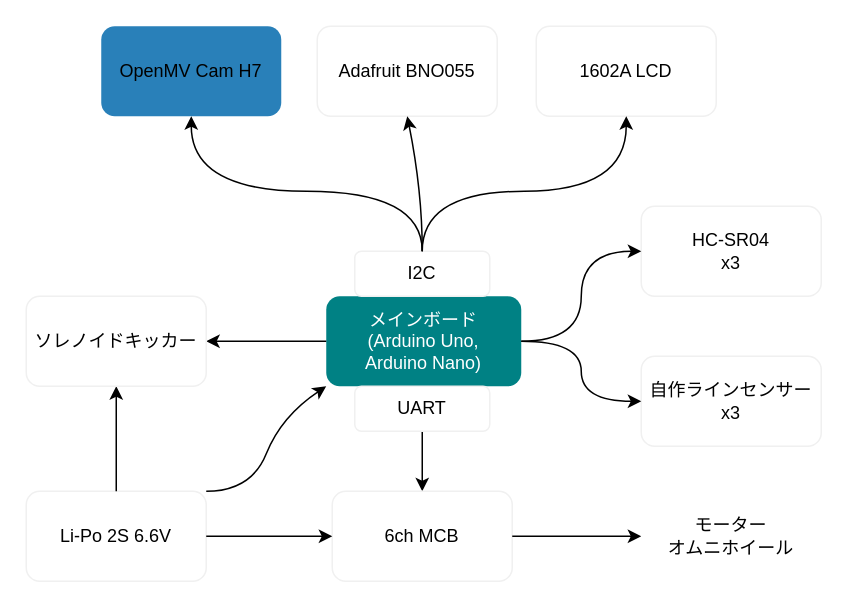
This is Arduino/main2/machine-constitution.drawio from izumi-robot/kawamoto2019, a draw.io file, before an edit. Source tidied: cells renumbered, new cells numbered last; positions are measured from the earlier drawing's top-left corner, leaving out a move shared by most shapes. Both pictures are drawn from the tidied source at 150%, with x=0, y=0 at pixel (26, 26).
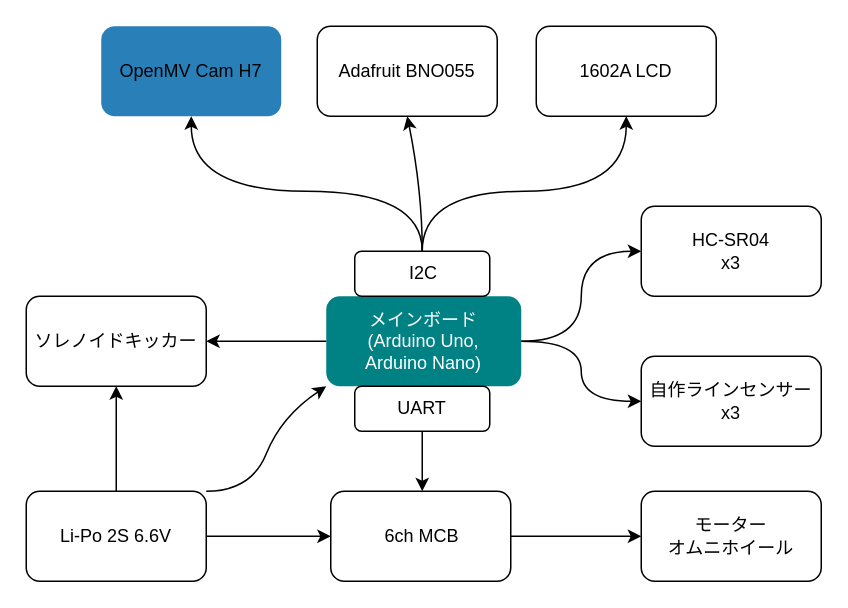
Above is the later version.

Unchanged cells that the change refers to:
```xml
<mxCell id="4" value="メインボード&lt;br&gt;(Arduino Uno,&lt;br&gt;Arduino Nano)" style="text;html=1;align=center;verticalAlign=middle;whiteSpace=wrap;rounded=0;fontColor=#FFFFFF;" parent="1" vertex="1">
  <mxGeometry x="200" y="180" width="130" height="60" as="geometry" />
</mxCell>
<mxCell id="7" style="rounded=1;whiteSpace=wrap;html=1;fontColor=#000000;fillColor=#2980b9;strokeColor=none;" parent="1" vertex="1">
  <mxGeometry x="50" width="120" height="60" as="geometry" />
</mxCell>
<mxCell id="17" value="HC-SR04&lt;br&gt;x3" style="text;html=1;strokeColor=none;fillColor=none;align=center;verticalAlign=middle;whiteSpace=wrap;rounded=0;fontColor=#000000;" parent="1" vertex="1">
  <mxGeometry x="410" y="120" width="120" height="60" as="geometry" />
</mxCell>
<mxCell id="19" value="自作ラインセンサー&lt;br&gt;x3" style="text;html=1;strokeColor=none;fillColor=none;align=center;verticalAlign=middle;whiteSpace=wrap;rounded=0;fontColor=#000000;" parent="1" vertex="1">
  <mxGeometry x="410" y="220" width="120" height="60" as="geometry" />
</mxCell>
<mxCell id="24" value="6ch MCB" style="text;html=1;strokeColor=none;fillColor=none;align=center;verticalAlign=middle;whiteSpace=wrap;rounded=0;fontColor=#000000;" parent="1" vertex="1">
  <mxGeometry x="204" y="310" width="120" height="60" as="geometry" />
</mxCell>
<mxCell id="28" value="Li-Po 2S 6.6V" style="text;html=1;strokeColor=none;fillColor=none;align=center;verticalAlign=middle;whiteSpace=wrap;rounded=0;fontColor=#000000;" parent="1" vertex="1">
  <mxGeometry y="310" width="120" height="60" as="geometry" />
</mxCell>
<mxCell id="30" value="モーター&lt;br&gt;オムニホイール" style="text;html=1;strokeColor=none;fillColor=none;align=center;verticalAlign=middle;whiteSpace=wrap;rounded=0;fontColor=#000000;" parent="1" vertex="1">
  <mxGeometry x="410" y="310" width="120" height="60" as="geometry" />
</mxCell>
<mxCell id="32" value="ソレノイドキッカー" style="text;html=1;strokeColor=none;fillColor=none;align=center;verticalAlign=middle;whiteSpace=wrap;rounded=0;fontColor=#000000;" parent="1" vertex="1">
  <mxGeometry y="180" width="120" height="60" as="geometry" />
</mxCell>
```

What changed in the source:
```diff
@@
-    <mxCell id="3" style="edgeStyle=orthogonalEdgeStyle;rounded=0;jettySize=auto;html=1;exitX=0;exitY=0.5;exitDx=0;exitDy=0;entryX=1;entryY=0.5;entryDx=0;entryDy=0;fontColor=#000000;" parent="1" edge="1" source="4" target="32">
+    <mxCell id="3" style="edgeStyle=orthogonalEdgeStyle;rounded=0;jettySize=auto;html=1;exitX=0;exitY=0.5;exitDx=0;exitDy=0;entryX=1;entryY=0.5;entryDx=0;entryDy=0;fontColor=#000000;strokeColor=#000000;" parent="1" edge="1" source="4" target="31">
       <mxGeometry relative="1" as="geometry" />
     </mxCell>
@@
-    <mxCell id="5" style="rounded=1;whiteSpace=wrap;html=1;strokeColor=#f0f0f0;fontColor=#000000;fillColor=#FFFFFF;" parent="1" vertex="1">
+    <mxCell id="5" style="rounded=1;whiteSpace=wrap;html=1;fontColor=#000000;fillColor=#FFFFFF;strokeColor=#000000;" parent="1" vertex="1">
       <mxGeometry x="219" y="150" width="90" height="30" as="geometry" />
     </mxCell>
     <mxCell id="6" value="I2C" style="text;html=1;strokeColor=none;fillColor=none;align=center;verticalAlign=middle;whiteSpace=wrap;rounded=0;fontColor=#000000;" parent="1" vertex="1">
-      <mxGeometry x="219" y="150" width="90" height="30" as="geometry" />
+      <mxGeometry x="220" y="150" width="90" height="30" as="geometry" />
     </mxCell>
@@
-    <mxCell id="9" style="rounded=1;whiteSpace=wrap;html=1;strokeColor=#f0f0f0;fillColor=#FFFFFF;fontColor=#000000;" parent="1" vertex="1">
+    <mxCell id="9" style="rounded=1;whiteSpace=wrap;html=1;fillColor=#FFFFFF;fontColor=#000000;strokeColor=#000000;" parent="1" vertex="1">
       <mxGeometry x="194" width="120" height="60" as="geometry" />
     </mxCell>
     <mxCell id="10" value="Adafruit BNO055" style="text;html=1;strokeColor=none;fillColor=none;align=center;verticalAlign=middle;whiteSpace=wrap;rounded=0;fontColor=#000000;" parent="1" vertex="1">
-      <mxGeometry x="194" y="5" width="120" height="50" as="geometry" />
+      <mxGeometry x="194" width="120" height="60" as="geometry" />
     </mxCell>
-    <mxCell id="11" style="rounded=1;whiteSpace=wrap;html=1;strokeColor=#f0f0f0;fillColor=#FFFFFF;fontColor=#000000;" parent="1" vertex="1">
+    <mxCell id="11" style="rounded=1;whiteSpace=wrap;html=1;fillColor=#FFFFFF;fontColor=#000000;strokeColor=#000000;" parent="1" vertex="1">
       <mxGeometry x="340" width="120" height="60" as="geometry" />
     </mxCell>
     <mxCell id="12" value="1602A LCD" style="text;html=1;strokeColor=none;fillColor=none;align=center;verticalAlign=middle;whiteSpace=wrap;rounded=0;fontColor=#000000;" parent="1" vertex="1">
-      <mxGeometry x="355" y="20" width="90" height="20" as="geometry" />
+      <mxGeometry x="340" width="120" height="60" as="geometry" />
     </mxCell>
-    <mxCell id="13" style="curved=1;endArrow=classic;html=1;fontColor=#000000;entryX=0.5;entryY=1;entryDx=0;entryDy=0;" parent="1" edge="1" target="7">
+    <mxCell id="13" style="curved=1;endArrow=classic;html=1;fontColor=#000000;entryX=0.5;entryY=1;entryDx=0;entryDy=0;strokeColor=#000000;" parent="1" edge="1" target="7">
       <mxGeometry relative="1" as="geometry">
         <mxPoint x="264" y="150" as="sourcePoint" />
         <Array as="points">
           <mxPoint x="264" y="110" />
           <mxPoint x="110" y="110" />
         </Array>
       </mxGeometry>
     </mxCell>
-    <mxCell id="14" style="curved=1;endArrow=classic;html=1;fontColor=#000000;exitX=0.5;exitY=0;exitDx=0;exitDy=0;entryX=0.5;entryY=1;entryDx=0;entryDy=0;" parent="1" edge="1" source="5" target="9">
+    <mxCell id="14" style="curved=1;endArrow=classic;html=1;fontColor=#000000;exitX=0.5;exitY=0;exitDx=0;exitDy=0;entryX=0.5;entryY=1;entryDx=0;entryDy=0;strokeColor=#000000;" parent="1" edge="1" source="5" target="9">
       <mxGeometry relative="1" as="geometry">
         <Array as="points">
           <mxPoint x="264" y="110" />
         </Array>
       </mxGeometry>
     </mxCell>
-    <mxCell id="15" style="curved=1;endArrow=classic;html=1;fontColor=#000000;entryX=0.5;entryY=1;entryDx=0;entryDy=0;exitX=0.5;exitY=0;exitDx=0;exitDy=0;" parent="1" edge="1" source="5" target="11">
+    <mxCell id="15" style="curved=1;endArrow=classic;html=1;fontColor=#000000;entryX=0.5;entryY=1;entryDx=0;entryDy=0;exitX=0.5;exitY=0;exitDx=0;exitDy=0;strokeColor=#000000;" parent="1" edge="1" source="5" target="11">
       <mxGeometry relative="1" as="geometry">
         <Array as="points">
           <mxPoint x="264" y="110" />
           <mxPoint x="400" y="110" />
         </Array>
       </mxGeometry>
     </mxCell>
-    <mxCell id="16" style="rounded=1;whiteSpace=wrap;html=1;strokeColor=#f0f0f0;fillColor=#FFFFFF;fontColor=#000000;" parent="1" vertex="1">
+    <mxCell id="16" style="rounded=1;whiteSpace=wrap;html=1;fillColor=#FFFFFF;fontColor=#000000;strokeColor=#000000;" parent="1" vertex="1">
       <mxGeometry x="410" y="120" width="120" height="60" as="geometry" />
     </mxCell>
@@
-    <mxCell id="18" style="rounded=1;whiteSpace=wrap;html=1;strokeColor=#f0f0f0;fillColor=#FFFFFF;fontColor=#000000;" parent="1" vertex="1">
+    <mxCell id="18" style="rounded=1;whiteSpace=wrap;html=1;fillColor=#FFFFFF;fontColor=#000000;strokeColor=#000000;" parent="1" vertex="1">
       <mxGeometry x="410" y="220" width="120" height="60" as="geometry" />
     </mxCell>
@@
-    <mxCell id="20" style="edgeStyle=orthogonalEdgeStyle;rounded=0;jettySize=auto;html=1;exitX=0.5;exitY=1;exitDx=0;exitDy=0;entryX=0.5;entryY=0;entryDx=0;entryDy=0;fontColor=#000000;" parent="1" edge="1" source="21" target="24">
+    <mxCell id="20" style="edgeStyle=orthogonalEdgeStyle;rounded=0;jettySize=auto;html=1;exitX=0.5;exitY=1;exitDx=0;exitDy=0;entryX=0.5;entryY=0;entryDx=0;entryDy=0;strokeColor=#000000;" parent="1" edge="1" source="21" target="24">
       <mxGeometry relative="1" as="geometry" />
     </mxCell>
-    <mxCell id="21" value="UART" style="rounded=1;whiteSpace=wrap;html=1;strokeColor=#f0f0f0;fontColor=#000000;fillColor=#FFFFFF;" parent="1" vertex="1">
+    <mxCell id="21" value="UART" style="rounded=1;whiteSpace=wrap;html=1;fontColor=#000000;fillColor=#FFFFFF;strokeColor=#000000;" parent="1" vertex="1">
       <mxGeometry x="219" y="240" width="90" height="30" as="geometry" />
     </mxCell>
-    <mxCell id="22" style="rounded=1;whiteSpace=wrap;html=1;strokeColor=#f0f0f0;fillColor=#FFFFFF;fontColor=#000000;" parent="1" vertex="1">
-      <mxGeometry x="204" y="310" width="120" height="60" as="geometry" />
+    <mxCell id="22" style="rounded=1;whiteSpace=wrap;html=1;fillColor=#FFFFFF;fontColor=#000000;strokeColor=#000000;" parent="1" vertex="1">
+      <mxGeometry x="203" y="310" width="120" height="60" as="geometry" />
     </mxCell>
-    <mxCell id="23" style="edgeStyle=orthogonalEdgeStyle;rounded=0;jettySize=auto;html=1;exitX=1;exitY=0.5;exitDx=0;exitDy=0;entryX=0;entryY=0.5;entryDx=0;entryDy=0;fontColor=#000000;" parent="1" edge="1" source="24" target="30">
+    <mxCell id="23" style="edgeStyle=orthogonalEdgeStyle;jettySize=auto;html=1;exitX=1;exitY=0.5;exitDx=0;exitDy=0;entryX=0;entryY=0.5;entryDx=0;entryDy=0;fontColor=#000000;rounded=0;strokeColor=#000000;" parent="1" edge="1" source="22" target="29">
       <mxGeometry relative="1" as="geometry" />
     </mxCell>
@@
-    <mxCell id="25" style="rounded=1;whiteSpace=wrap;html=1;strokeColor=#f0f0f0;fillColor=#FFFFFF;fontColor=#000000;" parent="1" vertex="1">
+    <mxCell id="25" style="rounded=1;whiteSpace=wrap;html=1;fillColor=#FFFFFF;fontColor=#000000;strokeColor=#000000;" parent="1" vertex="1">
       <mxGeometry y="310" width="120" height="60" as="geometry" />
     </mxCell>
-    <mxCell id="26" style="edgeStyle=orthogonalEdgeStyle;rounded=0;jettySize=auto;html=1;exitX=1;exitY=0.5;exitDx=0;exitDy=0;entryX=0;entryY=0.5;entryDx=0;entryDy=0;fontColor=#000000;" parent="1" edge="1" source="28" target="24">
+    <mxCell id="26" style="edgeStyle=orthogonalEdgeStyle;rounded=0;jettySize=auto;html=1;exitX=1;exitY=0.5;exitDx=0;exitDy=0;entryX=0;entryY=0.5;entryDx=0;entryDy=0;fontColor=#000000;strokeColor=#000000;" parent="1" edge="1" source="25" target="22">
       <mxGeometry relative="1" as="geometry" />
     </mxCell>
-    <mxCell id="27" style="edgeStyle=orthogonalEdgeStyle;rounded=0;jettySize=auto;html=1;exitX=0.5;exitY=0;exitDx=0;exitDy=0;entryX=0.5;entryY=1;entryDx=0;entryDy=0;fontColor=#000000;" parent="1" edge="1" source="28" target="32">
+    <mxCell id="27" style="edgeStyle=orthogonalEdgeStyle;rounded=0;jettySize=auto;html=1;exitX=0.5;exitY=0;exitDx=0;exitDy=0;entryX=0.5;entryY=1;entryDx=0;entryDy=0;fontColor=#000000;strokeColor=#000000;" parent="1" edge="1" source="25" target="31">
       <mxGeometry relative="1" as="geometry" />
     </mxCell>
@@
-    <mxCell id="29" style="rounded=1;whiteSpace=wrap;html=1;fontColor=#FFFFFF;fillColor=#FFFFFF;strokeColor=none;" parent="1" vertex="1">
+    <mxCell id="29" style="rounded=1;whiteSpace=wrap;html=1;fontColor=#FFFFFF;fillColor=#FFFFFF;strokeColor=#000000;" parent="1" vertex="1">
       <mxGeometry x="410" y="310" width="120" height="60" as="geometry" />
     </mxCell>
@@
-    <mxCell id="31" style="rounded=1;whiteSpace=wrap;html=1;strokeColor=#f0f0f0;fillColor=#FFFFFF;fontColor=#000000;" parent="1" vertex="1">
+    <mxCell id="31" style="rounded=1;whiteSpace=wrap;html=1;fillColor=#FFFFFF;fontColor=#000000;strokeColor=#000000;" parent="1" vertex="1">
       <mxGeometry y="180" width="120" height="60" as="geometry" />
     </mxCell>
@@
-    <mxCell id="33" style="curved=1;endArrow=classic;html=1;fontColor=#000000;exitX=1;exitY=0;exitDx=0;exitDy=0;entryX=0;entryY=1;entryDx=0;entryDy=0;" parent="1" edge="1" source="28" target="4">
+    <mxCell id="33" style="curved=1;endArrow=classic;html=1;fontColor=#000000;exitX=1;exitY=0;exitDx=0;exitDy=0;entryX=0;entryY=1;entryDx=0;entryDy=0;strokeColor=#000000;" parent="1" edge="1" source="25" target="4">
       <mxGeometry relative="1" as="geometry">
         <Array as="points">
           <mxPoint x="150" y="310" />
           <mxPoint x="170" y="260" />
         </Array>
       </mxGeometry>
     </mxCell>
-    <mxCell id="34" style="curved=1;endArrow=classic;html=1;fontColor=#000000;exitX=1;exitY=0.5;exitDx=0;exitDy=0;entryX=0;entryY=0.5;entryDx=0;entryDy=0;" parent="1" edge="1" source="4" target="17">
+    <mxCell id="34" style="curved=1;endArrow=classic;html=1;fontColor=#000000;exitX=1;exitY=0.5;exitDx=0;exitDy=0;entryX=0;entryY=0.5;entryDx=0;entryDy=0;strokeColor=#000000;" parent="1" edge="1" source="4" target="16">
       <mxGeometry relative="1" as="geometry">
         <Array as="points">
           <mxPoint x="370" y="210" />
           <mxPoint x="370" y="150" />
         </Array>
       </mxGeometry>
     </mxCell>
-    <mxCell id="35" style="curved=1;endArrow=classic;html=1;fontColor=#000000;exitX=1;exitY=0.5;exitDx=0;exitDy=0;entryX=0;entryY=0.5;entryDx=0;entryDy=0;" parent="1" edge="1" source="4" target="19">
+    <mxCell id="35" style="curved=1;endArrow=classic;html=1;fontColor=#000000;exitX=1;exitY=0.5;exitDx=0;exitDy=0;entryX=0;entryY=0.5;entryDx=0;entryDy=0;strokeColor=#000000;" parent="1" edge="1" source="4" target="18">
       <mxGeometry relative="1" as="geometry">
         <Array as="points">
           <mxPoint x="370" y="210" />
           <mxPoint x="370" y="250" />
         </Array>
       </mxGeometry>
     </mxCell>
```
